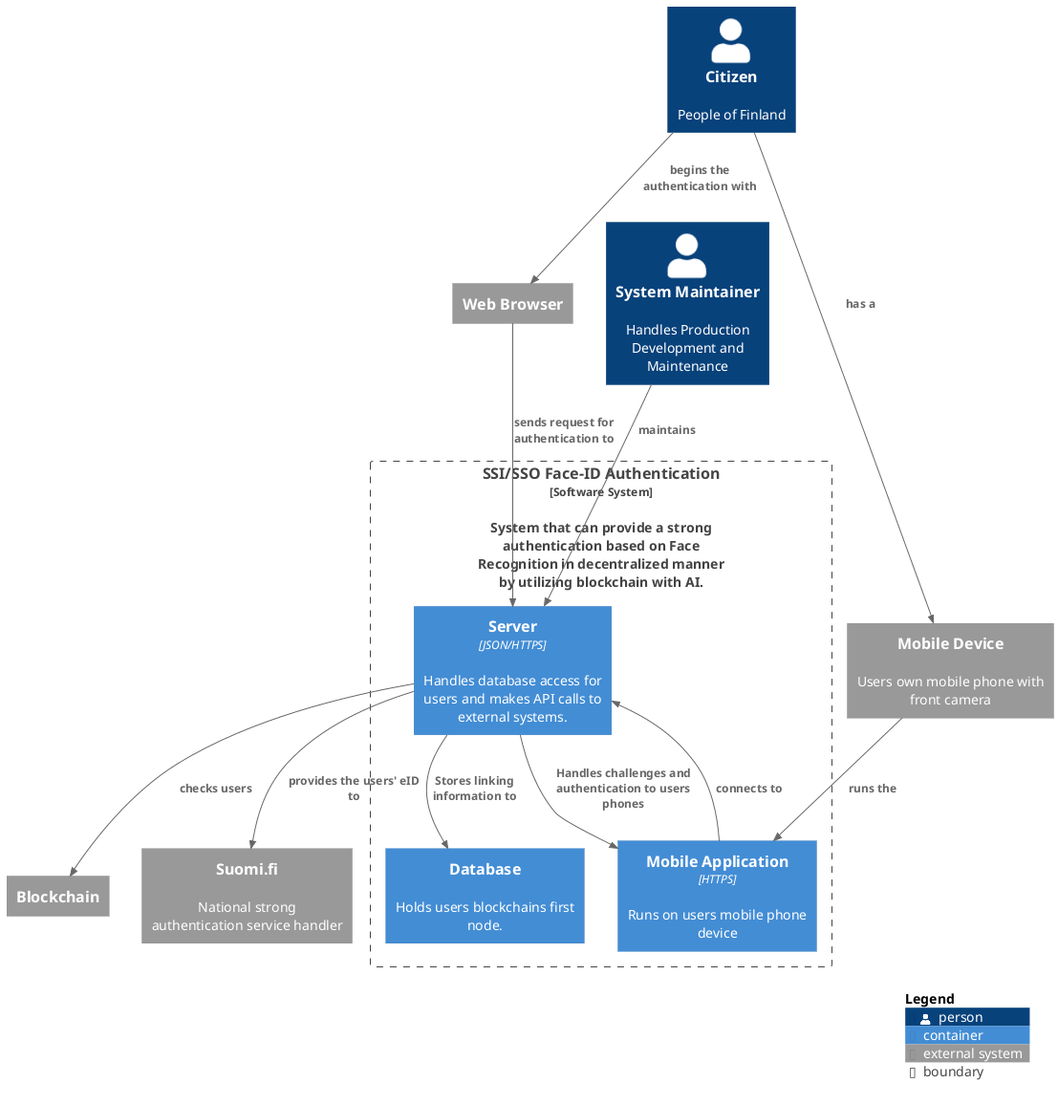
Dorfultariant/Architecture_Diagrams keeps this PlantUML diagram as images/Container.png. Above is the earlier version.
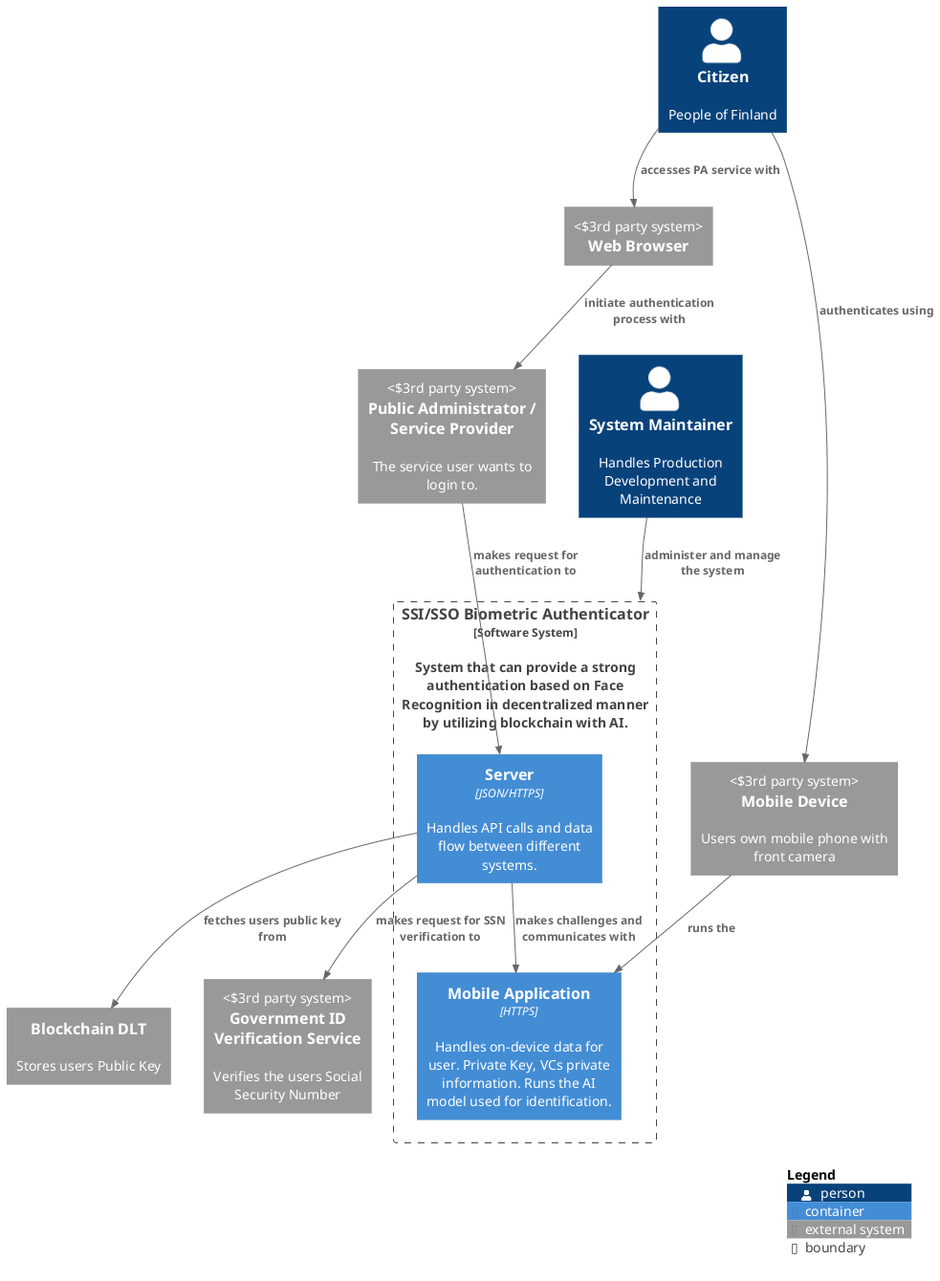
The same file after the commit.

Commit message:
Made the modifications for system layout

What changed in the source:
```diff
@@ -6,28 +6,27 @@
 Person(citizens, "Citizen", "People of Finland")
 Person(maintainer, "System Maintainer", "Handles Production Development and Maintenance")
 
-System_Ext(blockchain, "Blockchain", "")
-System_Ext(web_browser, "Web Browser", "")
-System_Ext(phone_dev, "Mobile Device", "Users own mobile phone with front camera")
-System_Ext(suomifi, "Suomi.fi", "National strong authentication service handler")
+System_Ext(blockchain, "Blockchain DLT", "Stores users Public Key")
+System_Ext(web_browser, "Web Browser", "", "3rd party system")
+System_Ext(phone_dev, "Mobile Device", "Users own mobile phone with front camera", "3rd party system")
+System_Ext(ext_pa, "Public Administrator / Service Provider", "The service user wants to login to.", "3rd party system")
+System_Ext(govidservice, "Government ID Verification Service", "Verifies the users Social Security Number", "3rd party system")
 
-Boundary(useless_auth, "SSI/SSO Face-ID Authentication", "Software System", "", "", "System that can provide a strong authentication based on Face Recognition in decentralized manner by utilizing blockchain with AI.") {
-    Container(backend, "Server", "JSON/HTTPS", "Handles database access for users and makes API calls to external systems.")
-    Container(phoneapp, "Mobile Application", "HTTPS", "Runs on users mobile phone device")
-    Container(database, "Database", "", "Holds users blockchains first node. ")
+Boundary(useless_auth, "SSI/SSO Biometric Authenticator", "Software System", "", "", "System that can provide a strong authentication based on Face Recognition in decentralized manner by utilizing blockchain with AI.") {
+    Container(backend, "Server", "JSON/HTTPS", "Handles API calls and data flow between different systems.")
+    Container(phoneapp, "Mobile Application", "HTTPS", "Handles on-device data for user. Private Key, VCs private information. Runs the AI model used for identification.")
 
-    Rel(backend, phoneapp, "Handles challenges and authentication to users phones")
-    Rel(backend, database, "Stores linking information to")
+    Rel(backend, phoneapp, "makes challenges and communicates with")
 }
 
-Rel(maintainer, backend, "maintains")
-Rel(citizens, phone_dev, "has a")
-Rel(citizens, web_browser, "begins the authentication with")
-Rel(web_browser, backend, "sends request for authentication to")
+Rel(maintainer, useless_auth, "administer and manage the system")
+Rel(citizens, phone_dev, "authenticates using")
+Rel(citizens, web_browser, "accesses PA service with")
+Rel(web_browser, ext_pa, "initiate authentication process with")
+Rel(ext_pa, backend, "makes request for authentication to")
 Rel(phone_dev, phoneapp, "runs the", "")
-Rel(phoneapp, backend, "connects to", "")
-Rel(backend, suomifi, "provides the users' eID to")
-Rel(backend, blockchain, "checks users")
+Rel(backend, govidservice, "makes request for SSN verification to")
+Rel(backend, blockchain, "fetches users public key from")
 
 SHOW_LEGEND()
 
```
